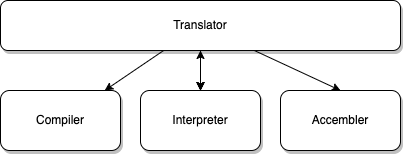
The draw.io diagram Img/101_translator.png in uwspstar/FullStack, before a commit. Source tidied: cells renumbered, new cells last; positions are measured from the earlier drawing's top-left corner, leaving out a move shared by most shapes.
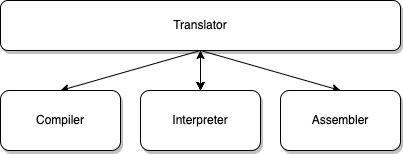
After the commit.

Change to the diagram source:
```diff
@@ -2,10 +2,10 @@
   <root>
     <mxCell id="0" />
     <mxCell id="1" parent="0" />
-    <mxCell id="2" style="edgeStyle=none;html=1;fontSize=14;fontColor=#000000;strokeColor=#000000;" parent="1" edge="1" source="7" target="8">
+    <mxCell id="2" style="edgeStyle=none;html=1;fontSize=14;fontColor=#000000;strokeColor=#000000;exitX=0.5;exitY=1;exitDx=0;exitDy=0;entryX=0.5;entryY=0;entryDx=0;entryDy=0;" parent="1" edge="1" source="7" target="8">
       <mxGeometry relative="1" as="geometry" />
     </mxCell>
-    <mxCell id="3" style="edgeStyle=none;html=1;fontSize=14;fontColor=#000000;entryX=0.5;entryY=0;entryDx=0;entryDy=0;strokeColor=#000000;" parent="1" edge="1" source="7" target="10">
+    <mxCell id="3" style="edgeStyle=none;html=1;fontSize=14;fontColor=#000000;entryX=0.5;entryY=0;entryDx=0;entryDy=0;strokeColor=#000000;exitX=0.5;exitY=1;exitDx=0;exitDy=0;" parent="1" edge="1" source="7" target="10">
       <mxGeometry relative="1" as="geometry" />
     </mxCell>
     <mxCell id="4" style="edgeStyle=none;html=1;fontSize=14;fontColor=#000000;" parent="1" edge="1" source="7" target="9">
@@ -26,7 +26,7 @@
     <mxCell id="9" value="&lt;font color=&quot;#000000&quot;&gt;Interpreter&lt;/font&gt;" style="rounded=1;whiteSpace=wrap;html=1;fillColor=#FFFFFF;gradientColor=none;shadow=1;" parent="1" vertex="1">
       <mxGeometry x="140" y="90" width="120" height="60" as="geometry" />
     </mxCell>
-    <mxCell id="10" value="&lt;font color=&quot;#000000&quot;&gt;Accembler&lt;/font&gt;" style="rounded=1;whiteSpace=wrap;html=1;fillColor=#FFFFFF;gradientColor=none;shadow=1;" parent="1" vertex="1">
+    <mxCell id="10" value="&lt;font color=&quot;#000000&quot;&gt;Assembler&lt;/font&gt;" style="rounded=1;whiteSpace=wrap;html=1;fillColor=#FFFFFF;gradientColor=none;shadow=1;" parent="1" vertex="1">
       <mxGeometry x="280" y="90" width="120" height="60" as="geometry" />
     </mxCell>
     <mxCell id="11" style="endArrow=classic;startArrow=classic;html=1;fontSize=14;fontColor=#000000;entryX=0.5;entryY=1;entryDx=0;entryDy=0;exitX=0.5;exitY=0;exitDx=0;exitDy=0;strokeColor=#000000;" parent="1" edge="1" source="9" target="7">
```
